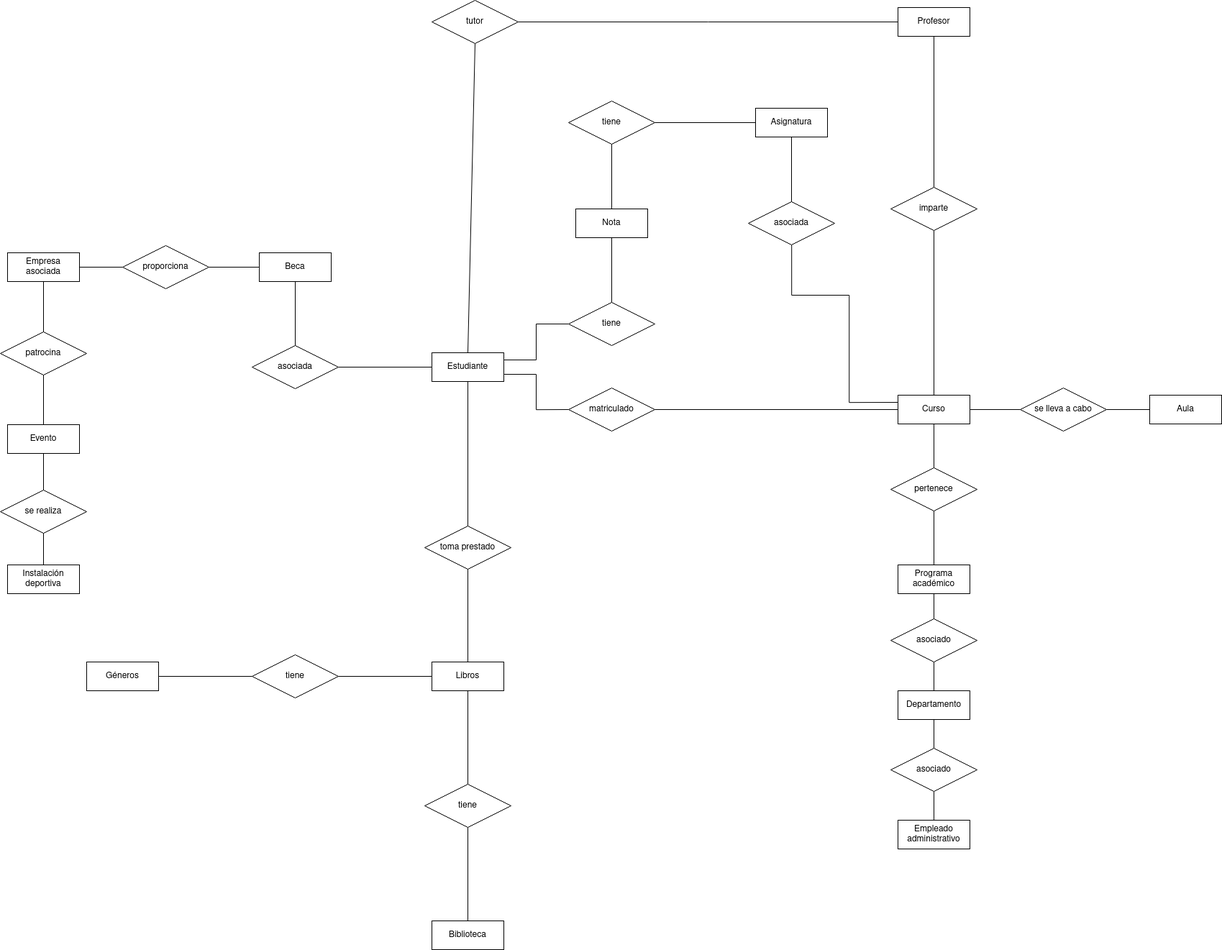
Above: modelo-er/Modelo ER.drawio.png in RafaelMayor/proyectoBBDD (draw.io), before the change. Source tidied: cells renumbered, new cells last; positions are measured from the earlier drawing's top-left corner, leaving out a move shared by most shapes.
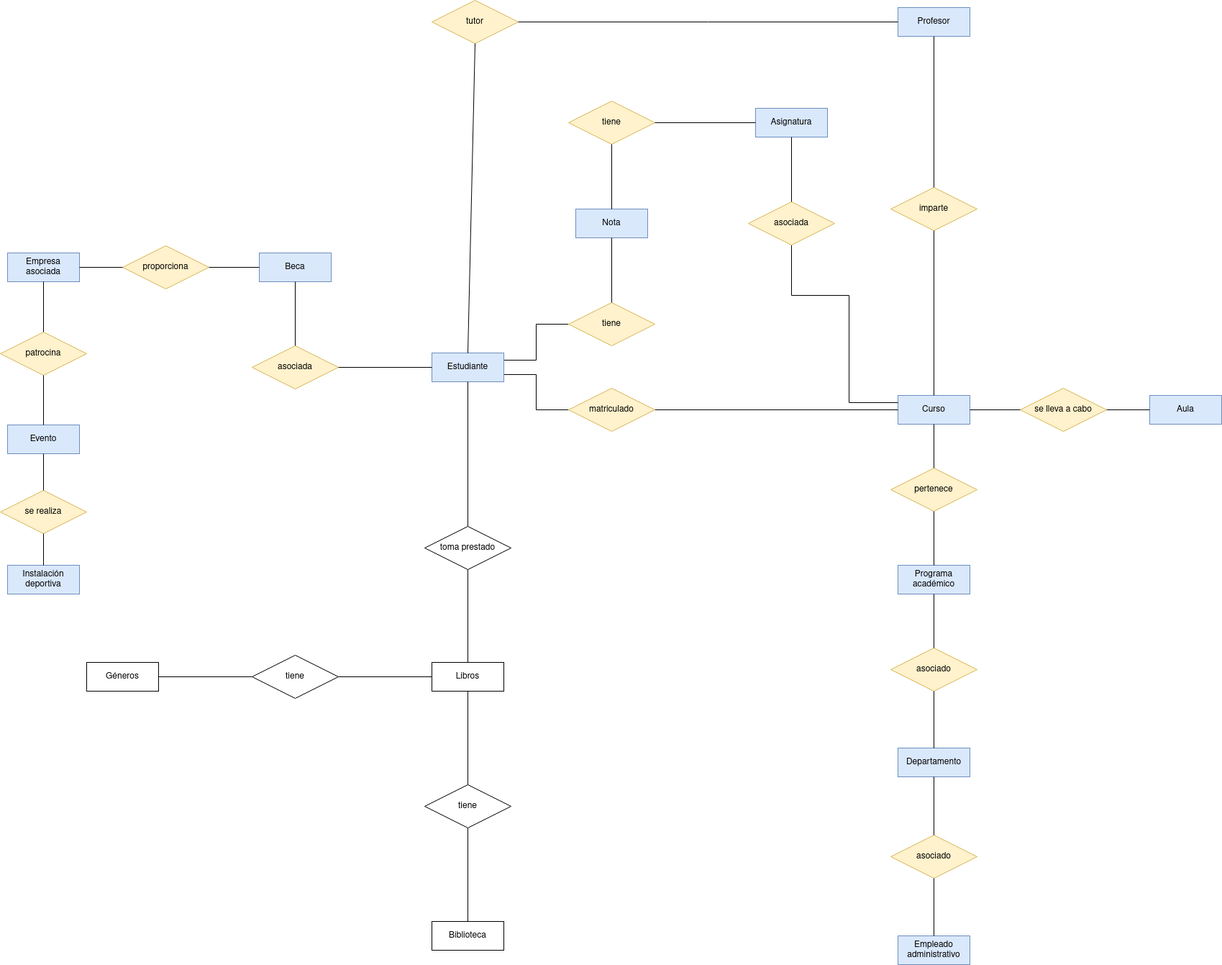
The same diagram one commit later.

The edit, as a diff of the source:
```diff
@@ -8,52 +8,52 @@
     <mxCell id="3" style="edgeStyle=orthogonalEdgeStyle;rounded=0;jettySize=auto;html=1;entryX=0;entryY=0.5;entryDx=0;entryDy=0;exitX=1;exitY=0.75;exitDx=0;exitDy=0;endArrow=none;endFill=0;" parent="1" edge="1" source="4" target="25">
       <mxGeometry relative="1" as="geometry" />
     </mxCell>
-    <mxCell id="4" value="Estudiante" style="whiteSpace=wrap;html=1;align=center;" parent="1" vertex="1">
+    <mxCell id="4" value="Estudiante" style="whiteSpace=wrap;html=1;align=center;fillColor=#dae8fc;strokeColor=#6c8ebf;" parent="1" vertex="1">
       <mxGeometry x="600" y="490" width="100" height="40" as="geometry" />
     </mxCell>
-    <mxCell id="5" value="Profesor" style="whiteSpace=wrap;html=1;align=center;" parent="1" vertex="1">
+    <mxCell id="5" value="Profesor" style="whiteSpace=wrap;html=1;align=center;fillColor=#dae8fc;strokeColor=#6c8ebf;" parent="1" vertex="1">
       <mxGeometry x="1248" y="10" width="100" height="40" as="geometry" />
     </mxCell>
-    <mxCell id="6" value="Programa académico" style="whiteSpace=wrap;html=1;align=center;" parent="1" vertex="1">
+    <mxCell id="6" value="Programa académico" style="whiteSpace=wrap;html=1;align=center;fillColor=#dae8fc;strokeColor=#6c8ebf;" parent="1" vertex="1">
       <mxGeometry x="1248" y="785" width="100" height="40" as="geometry" />
     </mxCell>
-    <mxCell id="7" value="Curso" style="whiteSpace=wrap;html=1;align=center;" parent="1" vertex="1">
+    <mxCell id="7" value="Curso" style="whiteSpace=wrap;html=1;align=center;fillColor=#dae8fc;strokeColor=#6c8ebf;" parent="1" vertex="1">
       <mxGeometry x="1248" y="549" width="100" height="40" as="geometry" />
     </mxCell>
-    <mxCell id="8" value="Asignatura" style="whiteSpace=wrap;html=1;align=center;" parent="1" vertex="1">
+    <mxCell id="8" value="Asignatura" style="whiteSpace=wrap;html=1;align=center;fillColor=#dae8fc;strokeColor=#6c8ebf;" parent="1" vertex="1">
       <mxGeometry x="1050" y="150" width="100" height="40" as="geometry" />
     </mxCell>
-    <mxCell id="9" value="Aula" style="whiteSpace=wrap;html=1;align=center;" parent="1" vertex="1">
+    <mxCell id="9" value="Aula" style="whiteSpace=wrap;html=1;align=center;fillColor=#dae8fc;strokeColor=#6c8ebf;" parent="1" vertex="1">
       <mxGeometry x="1598" y="549" width="100" height="40" as="geometry" />
     </mxCell>
-    <mxCell id="10" value="Departamento" style="whiteSpace=wrap;html=1;align=center;" parent="1" vertex="1">
-      <mxGeometry x="1248" y="960" width="100" height="40" as="geometry" />
+    <mxCell id="10" value="Departamento" style="whiteSpace=wrap;html=1;align=center;fillColor=#dae8fc;strokeColor=#6c8ebf;" parent="1" vertex="1">
+      <mxGeometry x="1248" y="1039" width="100" height="40" as="geometry" />
     </mxCell>
-    <mxCell id="11" value="Nota" style="whiteSpace=wrap;html=1;align=center;" parent="1" vertex="1">
+    <mxCell id="11" value="Nota" style="whiteSpace=wrap;html=1;align=center;fillColor=#dae8fc;strokeColor=#6c8ebf;" parent="1" vertex="1">
       <mxGeometry x="800" y="290" width="100" height="40" as="geometry" />
     </mxCell>
-    <mxCell id="12" value="Evento" style="whiteSpace=wrap;html=1;align=center;" parent="1" vertex="1">
+    <mxCell id="12" value="Evento" style="whiteSpace=wrap;html=1;align=center;fillColor=#dae8fc;strokeColor=#6c8ebf;" parent="1" vertex="1">
       <mxGeometry x="10" y="590" width="100" height="40" as="geometry" />
     </mxCell>
-    <mxCell id="13" value="Beca" style="whiteSpace=wrap;html=1;align=center;" parent="1" vertex="1">
+    <mxCell id="13" value="Beca" style="whiteSpace=wrap;html=1;align=center;fillColor=#dae8fc;strokeColor=#6c8ebf;" parent="1" vertex="1">
       <mxGeometry x="360" y="351" width="100" height="40" as="geometry" />
     </mxCell>
     <mxCell id="14" value="Biblioteca" style="whiteSpace=wrap;html=1;align=center;" parent="1" vertex="1">
       <mxGeometry x="600" y="1280" width="100" height="40" as="geometry" />
     </mxCell>
-    <mxCell id="15" value="Instalación deportiva" style="whiteSpace=wrap;html=1;align=center;" parent="1" vertex="1">
+    <mxCell id="15" value="Instalación deportiva" style="whiteSpace=wrap;html=1;align=center;fillColor=#dae8fc;strokeColor=#6c8ebf;" parent="1" vertex="1">
       <mxGeometry x="10" y="785" width="100" height="40" as="geometry" />
     </mxCell>
-    <mxCell id="16" value="Empleado administrativo" style="whiteSpace=wrap;html=1;align=center;" parent="1" vertex="1">
-      <mxGeometry x="1248" y="1140" width="100" height="40" as="geometry" />
+    <mxCell id="16" value="Empleado administrativo" style="whiteSpace=wrap;html=1;align=center;fillColor=#dae8fc;strokeColor=#6c8ebf;" parent="1" vertex="1">
+      <mxGeometry x="1248" y="1300" width="100" height="40" as="geometry" />
     </mxCell>
-    <mxCell id="17" value="Empresa asociada" style="whiteSpace=wrap;html=1;align=center;" parent="1" vertex="1">
+    <mxCell id="17" value="Empresa asociada" style="whiteSpace=wrap;html=1;align=center;fillColor=#dae8fc;strokeColor=#6c8ebf;" parent="1" vertex="1">
       <mxGeometry x="10" y="351" width="100" height="40" as="geometry" />
     </mxCell>
-    <mxCell id="18" value="pertenece" style="shape=rhombus;perimeter=rhombusPerimeter;whiteSpace=wrap;html=1;align=center;" parent="1" vertex="1">
+    <mxCell id="18" value="pertenece" style="shape=rhombus;perimeter=rhombusPerimeter;whiteSpace=wrap;html=1;align=center;fillColor=#fff2cc;strokeColor=#d6b656;" parent="1" vertex="1">
       <mxGeometry x="1238" y="650" width="120" height="60" as="geometry" />
     </mxCell>
-    <mxCell id="19" value="imparte" style="shape=rhombus;perimeter=rhombusPerimeter;whiteSpace=wrap;html=1;align=center;" parent="1" vertex="1">
+    <mxCell id="19" value="imparte" style="shape=rhombus;perimeter=rhombusPerimeter;whiteSpace=wrap;html=1;align=center;fillColor=#fff2cc;strokeColor=#d6b656;" parent="1" vertex="1">
       <mxGeometry x="1238" y="260" width="120" height="60" as="geometry" />
     </mxCell>
     <mxCell id="20" style="edgeStyle=orthogonalEdgeStyle;rounded=0;jettySize=auto;html=1;entryX=0;entryY=0.25;entryDx=0;entryDy=0;endArrow=none;endFill=0;" parent="1" edge="1" source="21" target="7">
@@ -65,28 +65,28 @@
         </Array>
       </mxGeometry>
     </mxCell>
-    <mxCell id="21" value="asociada" style="shape=rhombus;perimeter=rhombusPerimeter;whiteSpace=wrap;html=1;align=center;" parent="1" vertex="1">
+    <mxCell id="21" value="asociada" style="shape=rhombus;perimeter=rhombusPerimeter;whiteSpace=wrap;html=1;align=center;fillColor=#fff2cc;strokeColor=#d6b656;" parent="1" vertex="1">
       <mxGeometry x="1040" y="280" width="120" height="60" as="geometry" />
     </mxCell>
-    <mxCell id="22" value="se lleva a cabo" style="shape=rhombus;perimeter=rhombusPerimeter;whiteSpace=wrap;html=1;align=center;" parent="1" vertex="1">
+    <mxCell id="22" value="se lleva a cabo" style="shape=rhombus;perimeter=rhombusPerimeter;whiteSpace=wrap;html=1;align=center;fillColor=#fff2cc;strokeColor=#d6b656;" parent="1" vertex="1">
       <mxGeometry x="1418" y="539" width="120" height="60" as="geometry" />
     </mxCell>
-    <mxCell id="23" value="asociado" style="shape=rhombus;perimeter=rhombusPerimeter;whiteSpace=wrap;html=1;align=center;" parent="1" vertex="1">
-      <mxGeometry x="1238" y="860" width="120" height="60" as="geometry" />
+    <mxCell id="23" value="asociado" style="shape=rhombus;perimeter=rhombusPerimeter;whiteSpace=wrap;html=1;align=center;fillColor=#fff2cc;strokeColor=#d6b656;" parent="1" vertex="1">
+      <mxGeometry x="1238" y="900" width="120" height="60" as="geometry" />
     </mxCell>
     <mxCell id="24" style="edgeStyle=orthogonalEdgeStyle;rounded=0;jettySize=auto;html=1;entryX=0;entryY=0.5;entryDx=0;entryDy=0;endArrow=none;endFill=0;" parent="1" edge="1" source="25" target="7">
       <mxGeometry relative="1" as="geometry" />
     </mxCell>
-    <mxCell id="25" value="matriculado" style="shape=rhombus;perimeter=rhombusPerimeter;whiteSpace=wrap;html=1;align=center;" parent="1" vertex="1">
+    <mxCell id="25" value="matriculado" style="shape=rhombus;perimeter=rhombusPerimeter;whiteSpace=wrap;html=1;align=center;fillColor=#fff2cc;strokeColor=#d6b656;" parent="1" vertex="1">
       <mxGeometry x="790" y="539" width="120" height="60" as="geometry" />
     </mxCell>
-    <mxCell id="26" value="patrocina" style="shape=rhombus;perimeter=rhombusPerimeter;whiteSpace=wrap;html=1;align=center;" parent="1" vertex="1">
+    <mxCell id="26" value="patrocina" style="shape=rhombus;perimeter=rhombusPerimeter;whiteSpace=wrap;html=1;align=center;fillColor=#fff2cc;strokeColor=#d6b656;" parent="1" vertex="1">
       <mxGeometry y="461" width="120" height="60" as="geometry" />
     </mxCell>
-    <mxCell id="27" value="proporciona" style="shape=rhombus;perimeter=rhombusPerimeter;whiteSpace=wrap;html=1;align=center;" parent="1" vertex="1">
+    <mxCell id="27" value="proporciona" style="shape=rhombus;perimeter=rhombusPerimeter;whiteSpace=wrap;html=1;align=center;fillColor=#fff2cc;strokeColor=#d6b656;" parent="1" vertex="1">
       <mxGeometry x="170" y="341" width="120" height="60" as="geometry" />
     </mxCell>
-    <mxCell id="28" value="asociada" style="shape=rhombus;perimeter=rhombusPerimeter;whiteSpace=wrap;html=1;align=center;" parent="1" vertex="1">
+    <mxCell id="28" value="asociada" style="shape=rhombus;perimeter=rhombusPerimeter;whiteSpace=wrap;html=1;align=center;fillColor=#fff2cc;strokeColor=#d6b656;" parent="1" vertex="1">
       <mxGeometry x="350" y="480" width="120" height="60" as="geometry" />
     </mxCell>
     <mxCell id="29" value="Libros" style="whiteSpace=wrap;html=1;align=center;" parent="1" vertex="1">
@@ -101,22 +101,22 @@
     <mxCell id="32" value="Géneros" style="whiteSpace=wrap;html=1;align=center;" parent="1" vertex="1">
       <mxGeometry x="120" y="920" width="100" height="40" as="geometry" />
     </mxCell>
-    <mxCell id="33" value="asociado" style="shape=rhombus;perimeter=rhombusPerimeter;whiteSpace=wrap;html=1;align=center;" parent="1" vertex="1">
-      <mxGeometry x="1238" y="1040" width="120" height="60" as="geometry" />
+    <mxCell id="33" value="asociado" style="shape=rhombus;perimeter=rhombusPerimeter;whiteSpace=wrap;html=1;align=center;fillColor=#fff2cc;strokeColor=#d6b656;" parent="1" vertex="1">
+      <mxGeometry x="1238" y="1160" width="120" height="60" as="geometry" />
     </mxCell>
-    <mxCell id="34" value="se realiza" style="shape=rhombus;perimeter=rhombusPerimeter;whiteSpace=wrap;html=1;align=center;" parent="1" vertex="1">
+    <mxCell id="34" value="se realiza" style="shape=rhombus;perimeter=rhombusPerimeter;whiteSpace=wrap;html=1;align=center;fillColor=#fff2cc;strokeColor=#d6b656;" parent="1" vertex="1">
       <mxGeometry y="681" width="120" height="60" as="geometry" />
     </mxCell>
-    <mxCell id="35" value="tutor" style="shape=rhombus;perimeter=rhombusPerimeter;whiteSpace=wrap;html=1;align=center;" parent="1" vertex="1">
+    <mxCell id="35" value="tutor" style="shape=rhombus;perimeter=rhombusPerimeter;whiteSpace=wrap;html=1;align=center;fillColor=#fff2cc;strokeColor=#d6b656;" parent="1" vertex="1">
       <mxGeometry x="600" width="120" height="60" as="geometry" />
     </mxCell>
     <mxCell id="36" value="toma prestado" style="shape=rhombus;perimeter=rhombusPerimeter;whiteSpace=wrap;html=1;align=center;" parent="1" vertex="1">
       <mxGeometry x="590" y="731" width="120" height="60" as="geometry" />
     </mxCell>
-    <mxCell id="37" value="tiene" style="shape=rhombus;perimeter=rhombusPerimeter;whiteSpace=wrap;html=1;align=center;" parent="1" vertex="1">
+    <mxCell id="37" value="tiene" style="shape=rhombus;perimeter=rhombusPerimeter;whiteSpace=wrap;html=1;align=center;fillColor=#fff2cc;strokeColor=#d6b656;" parent="1" vertex="1">
       <mxGeometry x="790" y="140" width="120" height="60" as="geometry" />
     </mxCell>
-    <mxCell id="38" value="tiene" style="shape=rhombus;perimeter=rhombusPerimeter;whiteSpace=wrap;html=1;align=center;" parent="1" vertex="1">
+    <mxCell id="38" value="tiene" style="shape=rhombus;perimeter=rhombusPerimeter;whiteSpace=wrap;html=1;align=center;fillColor=#fff2cc;strokeColor=#d6b656;" parent="1" vertex="1">
       <mxGeometry x="790" y="420" width="120" height="60" as="geometry" />
     </mxCell>
     <mxCell id="39" style="endArrow=none;html=1;rounded=0;entryX=0.5;entryY=1;entryDx=0;entryDy=0;exitX=0.5;exitY=0;exitDx=0;exitDy=0;" parent="1" edge="1" source="34" target="12">
```
